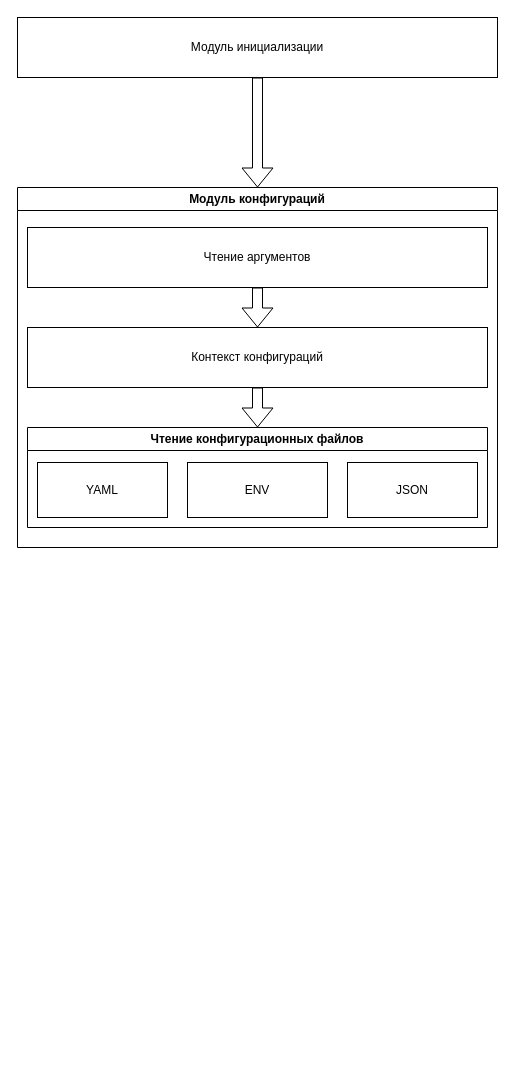
Above: page "Страница — 3" (3 of 3) of docs/жц.drawio in letnull19A/S3 (draw.io), before the change. Source tidied: cells renumbered, new cells numbered last; positions are measured from the earlier drawing's top-left corner, leaving out a move shared by most shapes. Both pictures are drawn from the tidied source at 100%, with x=0, y=0 at pixel (17, 17).
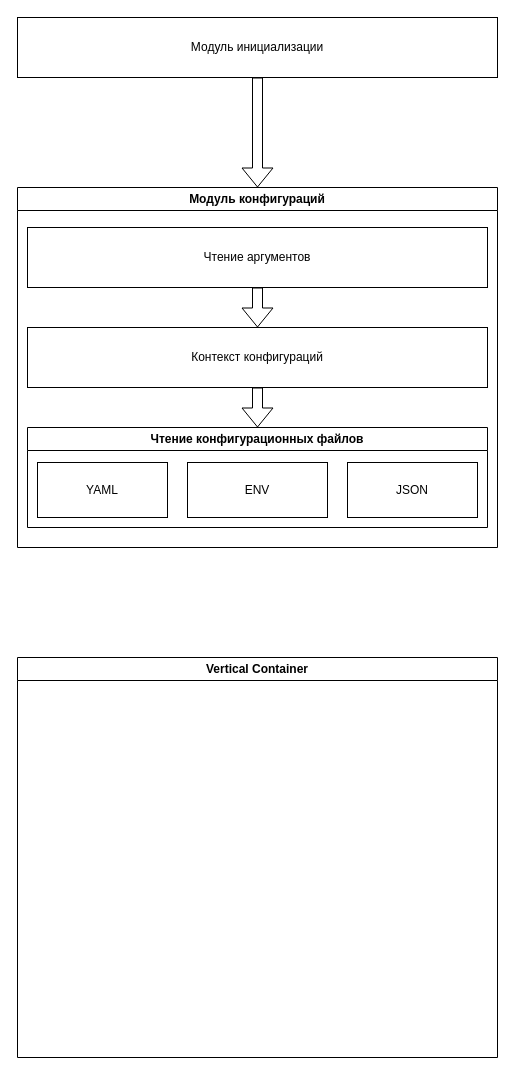
The same page after the edit.

Change to the diagram source:
```diff
@@
 <mxGraphModel>
   <root>
     <mxCell id="0" />
     <mxCell id="1" parent="0" />
     <mxCell id="2" value="Модуль инициализации" style="rounded=0;whiteSpace=wrap;html=1;" parent="1" vertex="1">
       <mxGeometry width="480" height="60" as="geometry" />
     </mxCell>
     <mxCell id="3" style="shape=flexArrow;endArrow=classic;html=1;rounded=0;entryX=0.5;entryY=0;entryDx=0;entryDy=0;exitX=0.5;exitY=1;exitDx=0;exitDy=0;" parent="1" edge="1" source="2" target="4">
       <mxGeometry relative="1" as="geometry" />
     </mxCell>
     <mxCell id="4" value="Модуль конфигураций" style="swimlane;whiteSpace=wrap;html=1;" parent="1" vertex="1">
       <mxGeometry y="170" width="480" height="360" as="geometry" />
     </mxCell>
     <mxCell id="5" value="Чтение аргументов" style="rounded=0;whiteSpace=wrap;html=1;" parent="4" vertex="1">
       <mxGeometry x="10" y="40" width="460" height="60" as="geometry" />
     </mxCell>
     <mxCell id="6" value="Контекст конфигураций" style="rounded=0;whiteSpace=wrap;html=1;" parent="4" vertex="1">
       <mxGeometry x="10" y="140" width="460" height="60" as="geometry" />
     </mxCell>
     <mxCell id="7" style="shape=flexArrow;endArrow=classic;html=1;rounded=0;entryX=0.5;entryY=0;entryDx=0;entryDy=0;exitX=0.5;exitY=1;exitDx=0;exitDy=0;" parent="4" edge="1" source="5" target="6">
       <mxGeometry relative="1" as="geometry" />
     </mxCell>
     <mxCell id="8" value="Чтение конфигурационных файлов" style="swimlane;whiteSpace=wrap;html=1;" parent="4" vertex="1">
       <mxGeometry x="10" y="240" width="460" height="100" as="geometry" />
     </mxCell>
     <mxCell id="9" value="YAML" style="rounded=0;whiteSpace=wrap;html=1;" parent="8" vertex="1">
       <mxGeometry x="10" y="35" width="130" height="55" as="geometry" />
     </mxCell>
     <mxCell id="10" value="ENV" style="rounded=0;whiteSpace=wrap;html=1;" parent="8" vertex="1">
       <mxGeometry x="160" y="35" width="140" height="55" as="geometry" />
     </mxCell>
     <mxCell id="11" value="JSON" style="rounded=0;whiteSpace=wrap;html=1;" parent="8" vertex="1">
       <mxGeometry x="320" y="35" width="130" height="55" as="geometry" />
     </mxCell>
     <mxCell id="12" style="shape=flexArrow;endArrow=classic;html=1;rounded=0;entryX=0.5;entryY=0;entryDx=0;entryDy=0;exitX=0.5;exitY=1;exitDx=0;exitDy=0;" parent="4" edge="1" source="6" target="8">
       <mxGeometry relative="1" as="geometry" />
     </mxCell>
+    <mxCell id="13" value="Vertical Container" style="swimlane;whiteSpace=wrap;html=1;" parent="1" vertex="1">
+      <mxGeometry y="640" width="480" height="400" as="geometry" />
+    </mxCell>
   </root>
 </mxGraphModel>
```
